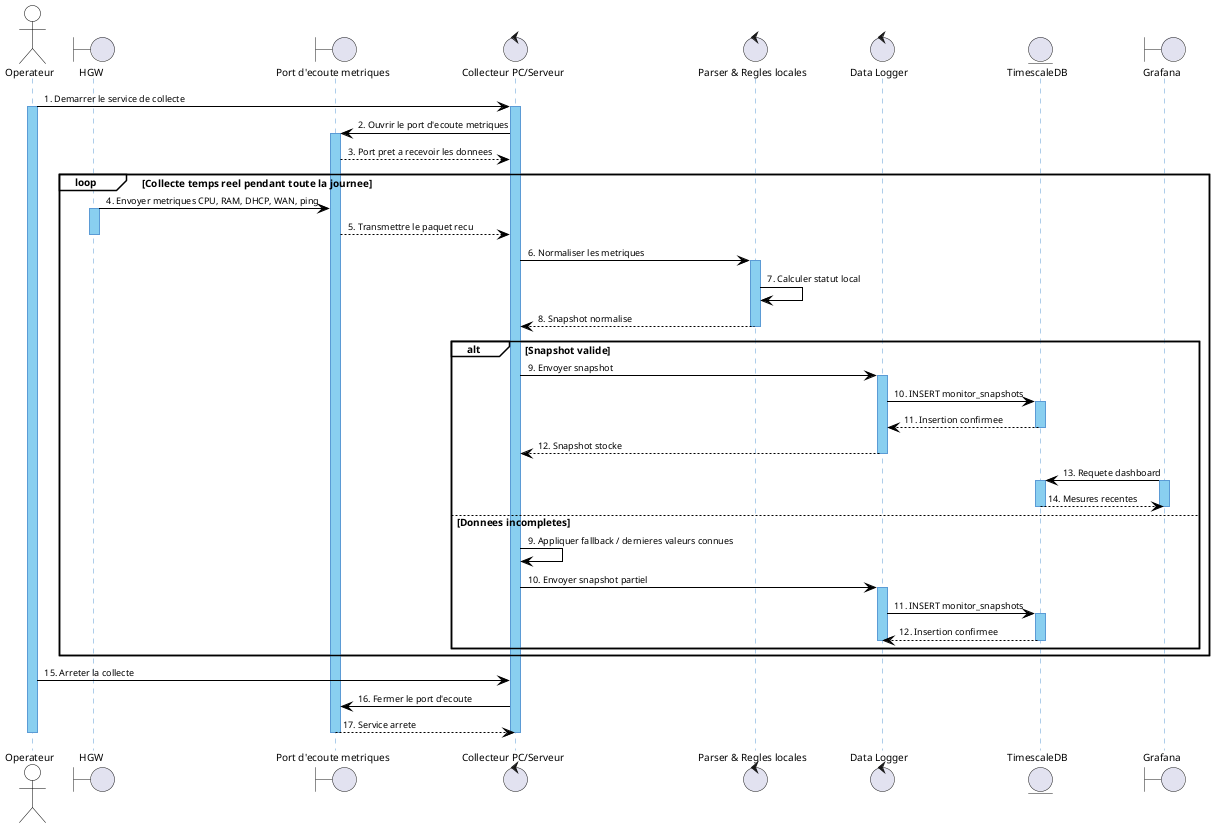
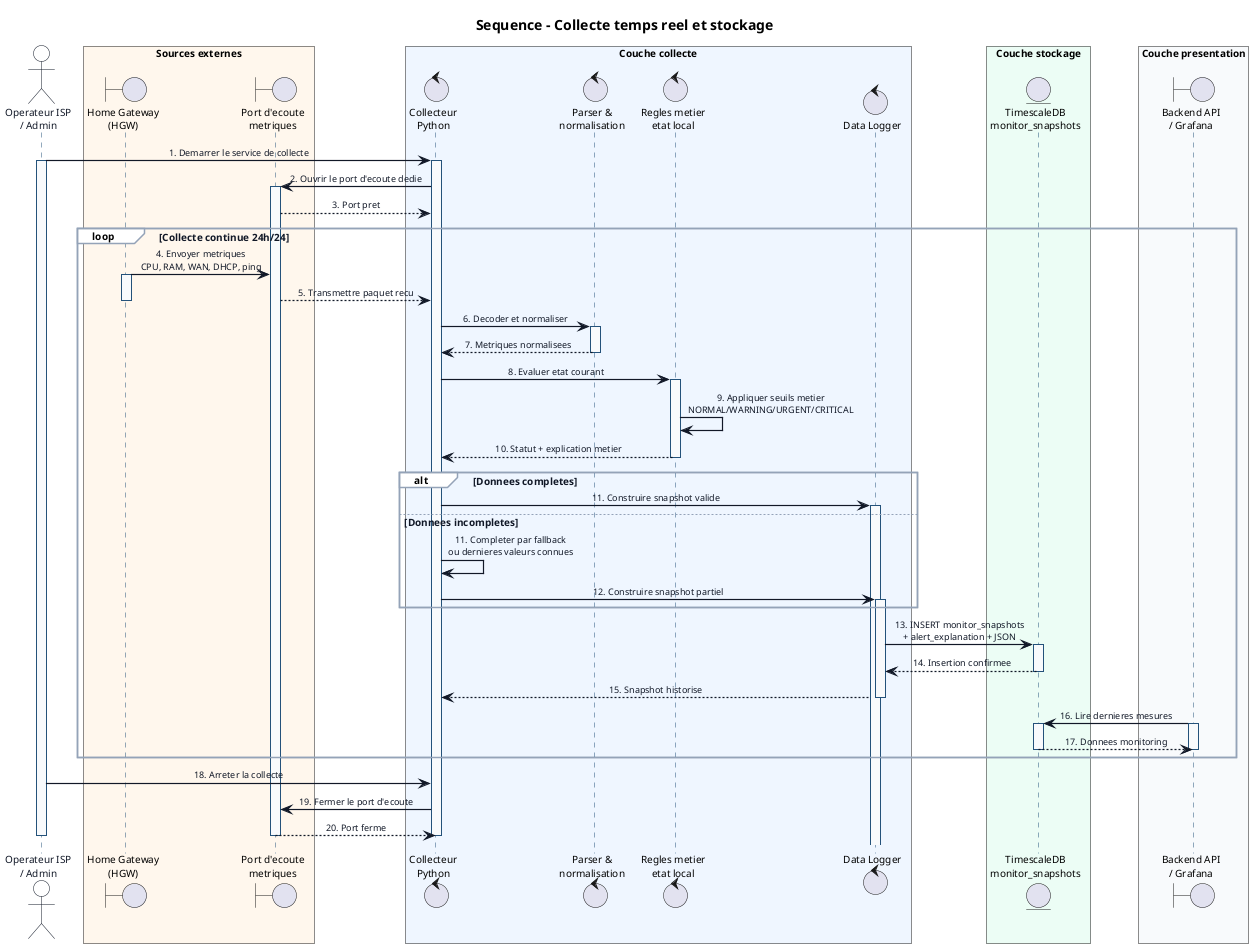
@startuml
+ title Sequence - Collecte temps reel et stockage
+ 
skinparam backgroundColor #FFFFFF
skinparam defaultFontName Arial
skinparam defaultFontSize 10
+ skinparam shadowing false
+ skinparam sequenceMessageAlign center
+ 
skinparam Participant {
-     BackgroundColor #89CFF0
-     BorderColor #2E75B6
-     BorderThickness 1.5
-     FontColor #000000
-     FontSize 10
+   BackgroundColor #EAF2FF
+   BorderColor #24527A
+   BorderThickness 1.4
+   FontColor #111827
}
skinparam Actor {
-     BackgroundColor #FFFFFF
-     BorderColor #000000
-     FontColor #000000
-     FontSize 10
+   BackgroundColor #FFFFFF
+   BorderColor #111827
+   FontColor #111827
}
skinparam Sequence {
-     ArrowColor #000000
-     ArrowFontColor #000000
-     ArrowFontSize 9
-     ArrowThickness 1
-     LifeLineBorderColor #5B9BD5
-     LifeLineBorderThickness 1.5
-     LifeLineBackgroundColor #89CFF0
-     GroupBackgroundColor #FFFFFF
-     GroupBorderColor #000000
-     GroupFontColor #000000
-     GroupHeaderFontStyle bold
+   ArrowColor #111827
+   ArrowFontColor #111827
+   ArrowFontSize 9
+   ArrowThickness 1.2
+   LifeLineBorderColor #24527A
+   LifeLineBorderThickness 1.2
+   LifeLineBackgroundColor #F8FAFC
+   GroupBackgroundColor #FFFFFF
+   GroupBorderColor #94A3B8
+   GroupFontColor #111827
+   GroupHeaderFontStyle bold
}

- actor "Operateur" as ACT
- boundary "HGW" as HGW
- boundary "Port d'ecoute metriques" as PORT
- control "Collecteur PC/Serveur" as COL
- control "Parser & Regles locales" as PARSER
+ actor "Operateur ISP\n/ Admin" as ACT
+ 
+ box "Sources externes" #FFF7ED
+ boundary "Home Gateway\n(HGW)" as HGW
+ boundary "Port d'ecoute\nmetriques" as PORT
+ end box
+ 
+ box "Couche collecte" #EFF6FF
+ control "Collecteur\nPython" as COL
+ control "Parser &\nnormalisation" as PARSER
+ control "Regles metier\netat local" as RULES
control "Data Logger" as LOGGER
- entity "TimescaleDB" as DB
- boundary "Grafana" as GRAFANA
+ end box
+ 
+ box "Couche stockage" #ECFDF5
+ entity "TimescaleDB\nmonitor_snapshots" as DB
+ end box
+ 
+ box "Couche presentation" #F8FAFC
+ boundary "Backend API\n/ Grafana" as VIEW
+ end box

ACT -> COL : 1. Demarrer le service de collecte
activate ACT
activate COL
- COL -> PORT : 2. Ouvrir le port d'ecoute metriques
+ COL -> PORT : 2. Ouvrir le port d'ecoute dedie
activate PORT
- PORT --> COL : 3. Port pret a recevoir les donnees
+ PORT --> COL : 3. Port pret

- loop Collecte temps reel pendant toute la journee
-     HGW -> PORT : 4. Envoyer metriques CPU, RAM, DHCP, WAN, ping
-     activate HGW
-     PORT --> COL : 5. Transmettre le paquet recu
-     deactivate HGW
+ loop Collecte continue 24h/24
+   HGW -> PORT : 4. Envoyer metriques\nCPU, RAM, WAN, DHCP, ping
+   activate HGW
+   PORT --> COL : 5. Transmettre paquet recu
+   deactivate HGW

-     COL -> PARSER : 6. Normaliser les metriques
-     activate PARSER
-     PARSER -> PARSER : 7. Calculer statut local
-     PARSER --> COL : 8. Snapshot normalise
-     deactivate PARSER
+   COL -> PARSER : 6. Decoder et normaliser
+   activate PARSER
+   PARSER --> COL : 7. Metriques normalisees
+   deactivate PARSER

-     alt Snapshot valide
-         COL -> LOGGER : 9. Envoyer snapshot
-         activate LOGGER
-         LOGGER -> DB : 10. INSERT monitor_snapshots
-         activate DB
-         DB --> LOGGER : 11. Insertion confirmee
-         deactivate DB
-         LOGGER --> COL : 12. Snapshot stocke
-         deactivate LOGGER
-         GRAFANA -> DB : 13. Requete dashboard
-         activate GRAFANA
-         activate DB
-         DB --> GRAFANA : 14. Mesures recentes
-         deactivate DB
-         deactivate GRAFANA
-     else Donnees incompletes
-         COL -> COL : 9. Appliquer fallback / dernieres valeurs connues
-         COL -> LOGGER : 10. Envoyer snapshot partiel
-         activate LOGGER
-         LOGGER -> DB : 11. INSERT monitor_snapshots
-         activate DB
-         DB --> LOGGER : 12. Insertion confirmee
-         deactivate DB
-         deactivate LOGGER
-     end
+   COL -> RULES : 8. Evaluer etat courant
+   activate RULES
+   RULES -> RULES : 9. Appliquer seuils metier\nNORMAL/WARNING/URGENT/CRITICAL
+   RULES --> COL : 10. Statut + explication metier
+   deactivate RULES
+ 
+   alt Donnees completes
+     COL -> LOGGER : 11. Construire snapshot valide
+     activate LOGGER
+   else Donnees incompletes
+     COL -> COL : 11. Completer par fallback\nou dernieres valeurs connues
+     COL -> LOGGER : 12. Construire snapshot partiel
+     activate LOGGER
+   end
+ 
+   LOGGER -> DB : 13. INSERT monitor_snapshots\n+ alert_explanation + JSON
+   activate DB
+   DB --> LOGGER : 14. Insertion confirmee
+   deactivate DB
+   LOGGER --> COL : 15. Snapshot historise
+   deactivate LOGGER
+ 
+   VIEW -> DB : 16. Lire dernieres mesures
+   activate VIEW
+   activate DB
+   DB --> VIEW : 17. Donnees monitoring
+   deactivate DB
+   deactivate VIEW
end

- ACT -> COL : 15. Arreter la collecte
- COL -> PORT : 16. Fermer le port d'ecoute
- PORT --> COL : 17. Service arrete
+ ACT -> COL : 18. Arreter la collecte
+ COL -> PORT : 19. Fermer le port d'ecoute
+ PORT --> COL : 20. Port ferme
deactivate PORT
deactivate COL
deactivate ACT
+ 
@enduml
